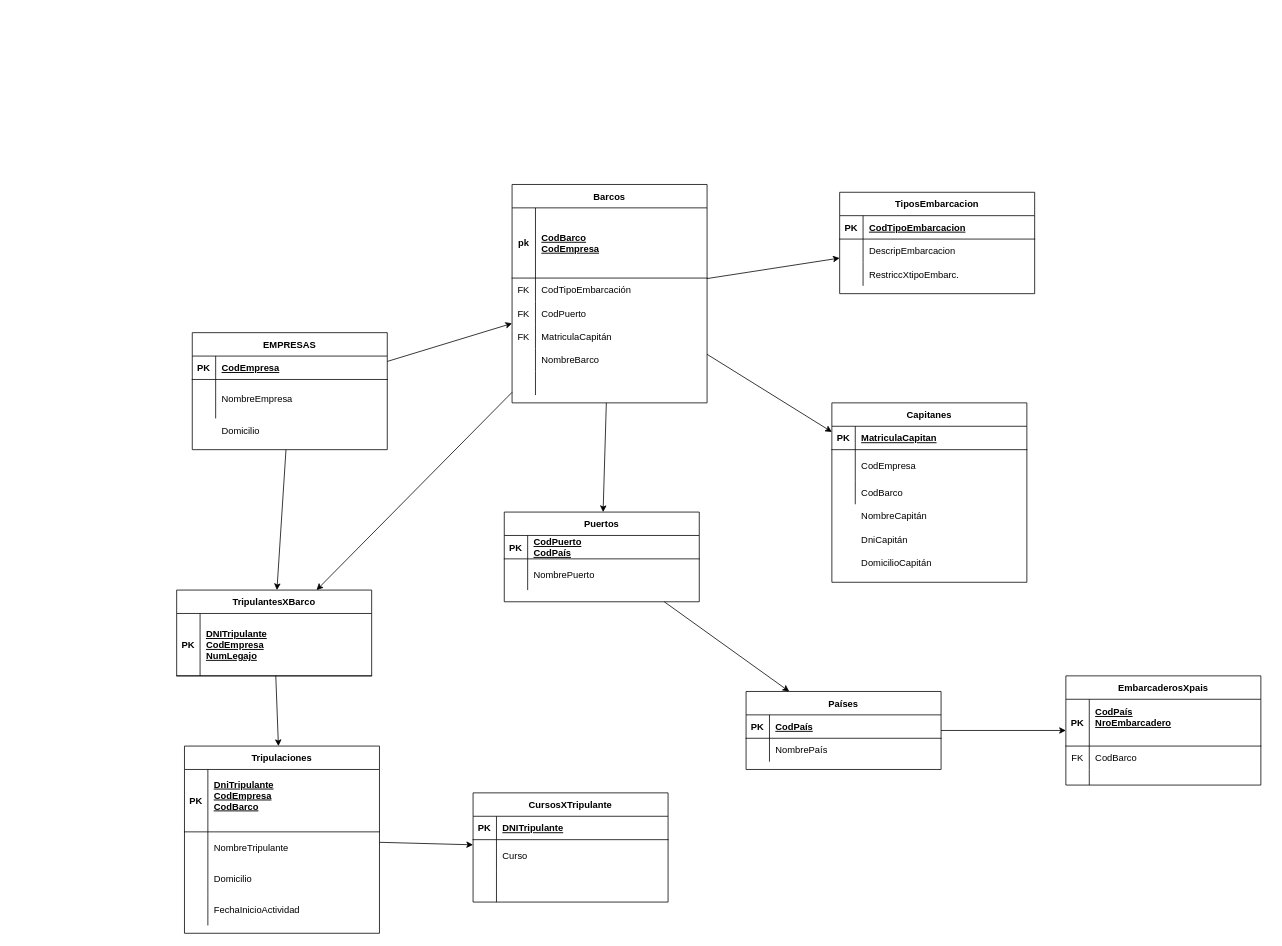
The draw.io diagram Untitled Diagram.drawio in CristianIglesias/Disenio_y_Admin_BD, before the edit. Source tidied: cells renumbered, new cells numbered last; positions are measured from the earlier drawing's top-left corner, leaving out a move shared by most shapes. Both pictures are drawn from the tidied source at 78%, with x=0, y=0 at pixel (176, 184).
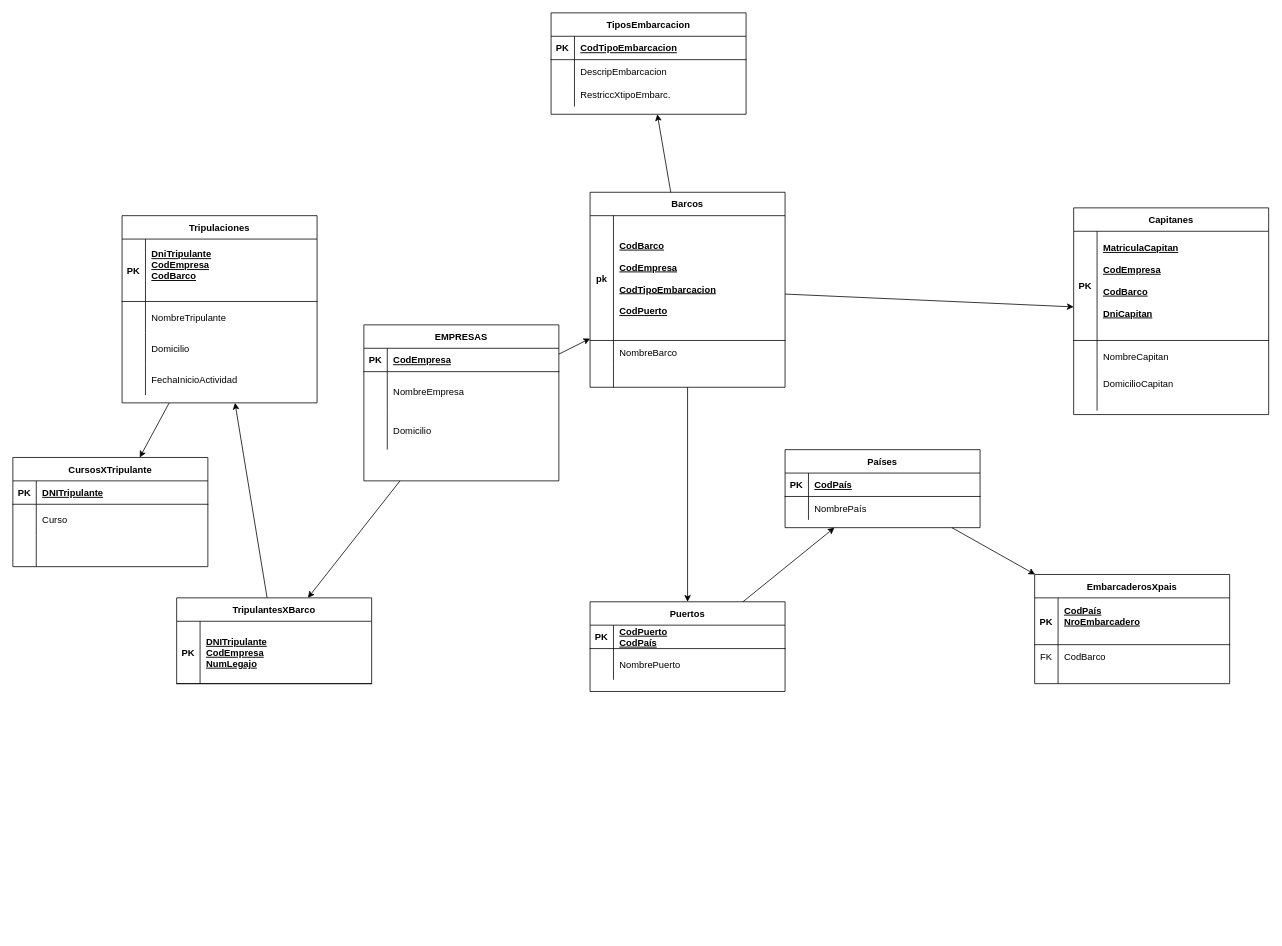
Above is the later version.

Commit message:
Será el elegido?

The edit, as a diff of the source:
```diff
@@
     <mxCell id="2" value="Barcos" style="shape=table;startSize=30;childLayout=tableLayout;rowLines=0;fontStyle=1;align=center;" parent="1" vertex="1">
-      <mxGeometry x="430" width="250" height="280" as="geometry" />
+      <mxGeometry x="530" y="10" width="250" height="250" as="geometry" />
     </mxCell>
     <mxCell id="3" style="shape=partialRectangle;fillColor=none;top=0;left=0;right=0;bottom=1;" parent="2" vertex="1">
-      <mxGeometry y="30" width="250" height="90" as="geometry" />
+      <mxGeometry y="30" width="250" height="160" as="geometry" />
     </mxCell>
     <mxCell id="4" value="pk" style="shape=partialRectangle;overflow=hidden;fillColor=none;top=0;left=0;bottom=0;right=0;fontStyle=1;" parent="3" vertex="1">
-      <mxGeometry width="30" height="90" as="geometry" />
+      <mxGeometry width="30" height="160" as="geometry" />
     </mxCell>
-    <mxCell id="5" value="CodBarco&#10;CodEmpresa" style="shape=partialRectangle;overflow=hidden;fillColor=none;top=0;left=0;bottom=0;right=0;align=left;spacingLeft=6;fontStyle=5;" parent="3" vertex="1">
-      <mxGeometry x="30" width="220" height="90" as="geometry" />
+    <mxCell id="5" value="CodBarco&#10;&#10;CodEmpresa&#10;&#10;CodTipoEmbarcacion&#10;&#10;CodPuerto" style="shape=partialRectangle;overflow=hidden;fillColor=none;top=0;left=0;bottom=0;right=0;align=left;spacingLeft=6;fontStyle=5;" parent="3" vertex="1">
+      <mxGeometry x="30" width="220" height="160" as="geometry" />
     </mxCell>
-    <mxCell id="6" style="shape=partialRectangle;fillColor=none;top=0;left=0;right=0;bottom=0;" parent="2" vertex="1">
-      <mxGeometry y="120" width="250" height="30" as="geometry" />
-    </mxCell>
-    <mxCell id="7" value="FK" style="shape=partialRectangle;overflow=hidden;fillColor=none;top=0;left=0;bottom=0;right=0;" parent="6" vertex="1">
-      <mxGeometry width="30" height="30" as="geometry" />
-    </mxCell>
-    <mxCell id="8" value="CodTipoEmbarcación" style="shape=partialRectangle;overflow=hidden;fillColor=none;top=0;left=0;bottom=0;right=0;align=left;spacingLeft=6;" parent="6" vertex="1">
-      <mxGeometry x="30" width="220" height="30" as="geometry" />
-    </mxCell>
-    <mxCell id="9" style="shape=partialRectangle;fillColor=none;top=0;left=0;right=0;bottom=0;" parent="2" vertex="1">
-      <mxGeometry y="150" width="250" height="30" as="geometry" />
-    </mxCell>
-    <mxCell id="10" value="FK" style="shape=partialRectangle;overflow=hidden;fillColor=none;top=0;left=0;bottom=0;right=0;" parent="9" vertex="1">
-      <mxGeometry width="30" height="30" as="geometry" />
-    </mxCell>
-    <mxCell id="11" value="CodPuerto" style="shape=partialRectangle;overflow=hidden;fillColor=none;top=0;left=0;bottom=0;right=0;align=left;spacingLeft=6;" parent="9" vertex="1">
-      <mxGeometry x="30" width="220" height="30" as="geometry" />
-    </mxCell>
-    <mxCell id="12" style="shape=partialRectangle;fillColor=none;top=0;left=0;right=0;bottom=0;" parent="2" vertex="1">
-      <mxGeometry y="180" width="250" height="30" as="geometry" />
-    </mxCell>
-    <mxCell id="13" value="FK" style="shape=partialRectangle;overflow=hidden;fillColor=none;top=0;left=0;bottom=0;right=0;" parent="12" vertex="1">
-      <mxGeometry width="30" height="30" as="geometry" />
-    </mxCell>
-    <mxCell id="14" value="MatriculaCapitán" style="shape=partialRectangle;overflow=hidden;fillColor=none;top=0;left=0;bottom=0;right=0;align=left;spacingLeft=6;" parent="12" vertex="1">
-      <mxGeometry x="30" width="220" height="30" as="geometry" />
-    </mxCell>
     <mxCell id="15" style="shape=partialRectangle;fillColor=none;top=0;left=0;right=0;bottom=0;" parent="2" vertex="1">
-      <mxGeometry y="210" width="250" height="30" as="geometry" />
+      <mxGeometry y="190" width="250" height="30" as="geometry" />
     </mxCell>
@@
     <mxCell id="18" style="shape=partialRectangle;fillColor=none;top=0;left=0;right=0;bottom=0;" parent="2" vertex="1">
-      <mxGeometry y="240" width="250" height="30" as="geometry" />
+      <mxGeometry y="220" width="250" height="30" as="geometry" />
     </mxCell>
@@
     <mxCell id="21" value="TiposEmbarcacion" style="shape=table;startSize=30;childLayout=tableLayout;rowLines=0;fontStyle=1;align=center;" parent="1" vertex="1">
-      <mxGeometry x="850" y="10" width="250" height="130" as="geometry" />
+      <mxGeometry x="480" y="-220" width="250" height="130" as="geometry" />
     </mxCell>
@@
     <mxCell id="31" value="EMPRESAS" style="shape=table;startSize=30;childLayout=tableLayout;rowLines=0;fontStyle=1;align=center;" parent="1" vertex="1">
-      <mxGeometry x="20" y="190" width="250" height="150" as="geometry" />
+      <mxGeometry x="240" y="180" width="250" height="200" as="geometry" />
     </mxCell>
@@
+    <mxCell id="119" style="shape=partialRectangle;fillColor=none;top=0;left=0;right=0;bottom=0;" parent="31" vertex="1">
+      <mxGeometry y="110" width="250" height="50" as="geometry" />
+    </mxCell>
+    <mxCell id="120" style="shape=partialRectangle;overflow=hidden;fillColor=none;top=0;left=0;bottom=0;right=0;" parent="119" vertex="1">
+      <mxGeometry width="30" height="50" as="geometry" />
+    </mxCell>
-    <mxCell id="38" value="Domicilio" style="shape=partialRectangle;overflow=hidden;fillColor=none;top=0;left=0;bottom=0;right=0;align=left;spacingLeft=6;" parent="1" vertex="1">
-      <mxGeometry x="50" y="290" width="220" height="50" as="geometry" />
+    <mxCell id="38" value="Domicilio" style="shape=partialRectangle;overflow=hidden;fillColor=none;top=0;left=0;bottom=0;right=0;align=left;spacingLeft=6;" parent="119" vertex="1">
+      <mxGeometry x="30" width="220" height="50" as="geometry" />
     </mxCell>
     <mxCell id="39" value="Tripulaciones" style="shape=table;startSize=30;childLayout=tableLayout;rowLines=0;fontStyle=1;align=center;" parent="1" vertex="1">
-      <mxGeometry x="10" y="720" width="250" height="240" as="geometry" />
+      <mxGeometry x="-70" y="40" width="250" height="240" as="geometry" />
     </mxCell>
@@
     <mxCell id="52" value="Capitanes" style="shape=table;startSize=30;childLayout=tableLayout;rowLines=0;fontStyle=1;align=center;" parent="1" vertex="1">
-      <mxGeometry x="840" y="280" width="250" height="230" as="geometry" />
+      <mxGeometry x="1150" y="30" width="250" height="265" as="geometry" />
     </mxCell>
     <mxCell id="53" style="shape=partialRectangle;fillColor=none;top=0;left=0;right=0;bottom=1;" parent="52" vertex="1">
-      <mxGeometry y="30" width="250" height="30" as="geometry" />
+      <mxGeometry y="30" width="250" height="140" as="geometry" />
     </mxCell>
     <mxCell id="54" value="PK" style="shape=partialRectangle;overflow=hidden;fillColor=none;top=0;left=0;bottom=0;right=0;fontStyle=1;" parent="53" vertex="1">
-      <mxGeometry width="30" height="30" as="geometry" />
+      <mxGeometry width="30" height="140" as="geometry" />
     </mxCell>
-    <mxCell id="55" value="MatriculaCapitan" style="shape=partialRectangle;overflow=hidden;fillColor=none;top=0;left=0;bottom=0;right=0;align=left;spacingLeft=6;fontStyle=5;" parent="53" vertex="1">
-      <mxGeometry x="30" width="220" height="30" as="geometry" />
+    <mxCell id="55" value="MatriculaCapitan&#10;&#10;CodEmpresa&#10;&#10;CodBarco&#10;&#10;DniCapitan&#10;" style="shape=partialRectangle;overflow=hidden;fillColor=none;top=0;left=0;bottom=0;right=0;align=left;spacingLeft=6;fontStyle=5;" parent="53" vertex="1">
+      <mxGeometry x="30" width="220" height="140" as="geometry" />
     </mxCell>
     <mxCell id="56" style="shape=partialRectangle;fillColor=none;top=0;left=0;right=0;bottom=0;" parent="52" vertex="1">
-      <mxGeometry y="60" width="250" height="40" as="geometry" />
+      <mxGeometry y="170" width="250" height="40" as="geometry" />
     </mxCell>
@@
-    <mxCell id="58" value="CodEmpresa" style="shape=partialRectangle;overflow=hidden;fillColor=none;top=0;left=0;bottom=0;right=0;align=left;spacingLeft=6;" parent="56" vertex="1">
+    <mxCell id="58" value="NombreCapitan" style="shape=partialRectangle;overflow=hidden;fillColor=none;top=0;left=0;bottom=0;right=0;align=left;spacingLeft=6;" parent="56" vertex="1">
       <mxGeometry x="30" width="220" height="40" as="geometry" />
     </mxCell>
     <mxCell id="59" style="shape=partialRectangle;fillColor=none;top=0;left=0;right=0;bottom=0;" parent="52" vertex="1">
-      <mxGeometry y="100" width="250" height="30" as="geometry" />
+      <mxGeometry y="210" width="250" height="30" as="geometry" />
     </mxCell>
@@
-    <mxCell id="61" value="CodBarco" style="shape=partialRectangle;overflow=hidden;fillColor=none;top=0;left=0;bottom=0;right=0;align=left;spacingLeft=6;" parent="59" vertex="1">
+    <mxCell id="61" value="DomicilioCapitan" style="shape=partialRectangle;overflow=hidden;fillColor=none;top=0;left=0;bottom=0;right=0;align=left;spacingLeft=6;" parent="59" vertex="1">
       <mxGeometry x="30" width="220" height="30" as="geometry" />
     </mxCell>
+    <mxCell id="121" style="shape=partialRectangle;fillColor=none;top=0;left=0;right=0;bottom=0;" parent="52" vertex="1">
+      <mxGeometry y="240" width="250" height="20" as="geometry" />
+    </mxCell>
+    <mxCell id="122" style="shape=partialRectangle;overflow=hidden;fillColor=none;top=0;left=0;bottom=0;right=0;" parent="121" vertex="1">
+      <mxGeometry width="30" height="20" as="geometry" />
+    </mxCell>
+    <mxCell id="123" style="shape=partialRectangle;overflow=hidden;fillColor=none;top=0;left=0;bottom=0;right=0;align=left;spacingLeft=6;" parent="121" vertex="1">
+      <mxGeometry x="30" width="220" height="20" as="geometry" />
+    </mxCell>
     <mxCell id="62" value="Puertos" style="shape=table;startSize=30;childLayout=tableLayout;rowLines=0;fontStyle=1;align=center;" parent="1" vertex="1">
-      <mxGeometry x="420" y="420" width="250" height="115" as="geometry" />
+      <mxGeometry x="530" y="535" width="250" height="115" as="geometry" />
     </mxCell>
@@
     <mxCell id="69" value="Países" style="shape=table;startSize=30;childLayout=tableLayout;rowLines=0;fontStyle=1;align=center;" parent="1" vertex="1">
-      <mxGeometry x="730" y="650" width="250" height="100" as="geometry" />
+      <mxGeometry x="780" y="340" width="250" height="100" as="geometry" />
     </mxCell>
@@
-    <mxCell id="76" style="shape=partialRectangle;fillColor=none;top=0;left=0;right=0;bottom=0;" parent="1" vertex="1">
-      <mxGeometry x="840" y="410" width="250" height="30" as="geometry" />
-    </mxCell>
-    <mxCell id="77" style="shape=partialRectangle;overflow=hidden;fillColor=none;top=0;left=0;bottom=0;right=0;" parent="76" vertex="1">
-      <mxGeometry width="30" height="30" as="geometry" />
-    </mxCell>
-    <mxCell id="78" value="NombreCapitán" style="shape=partialRectangle;overflow=hidden;fillColor=none;top=0;left=0;bottom=0;right=0;align=left;spacingLeft=6;" parent="76" vertex="1">
-      <mxGeometry x="30" width="220" height="30" as="geometry" />
-    </mxCell>
-    <mxCell id="79" style="shape=partialRectangle;fillColor=none;top=0;left=0;right=0;bottom=0;" parent="1" vertex="1">
-      <mxGeometry x="840" y="440" width="250" height="30" as="geometry" />
-    </mxCell>
-    <mxCell id="80" style="shape=partialRectangle;overflow=hidden;fillColor=none;top=0;left=0;bottom=0;right=0;" parent="79" vertex="1">
-      <mxGeometry width="30" height="30" as="geometry" />
-    </mxCell>
-    <mxCell id="81" value="DniCapitán" style="shape=partialRectangle;overflow=hidden;fillColor=none;top=0;left=0;bottom=0;right=0;align=left;spacingLeft=6;" parent="79" vertex="1">
-      <mxGeometry x="30" width="220" height="30" as="geometry" />
-    </mxCell>
-    <mxCell id="82" style="shape=partialRectangle;fillColor=none;top=0;left=0;right=0;bottom=0;" parent="1" vertex="1">
-      <mxGeometry x="840" y="470" width="250" height="30" as="geometry" />
-    </mxCell>
-    <mxCell id="83" style="shape=partialRectangle;overflow=hidden;fillColor=none;top=0;left=0;bottom=0;right=0;" parent="82" vertex="1">
-      <mxGeometry width="30" height="30" as="geometry" />
-    </mxCell>
-    <mxCell id="84" value="DomicilioCapitán" style="shape=partialRectangle;overflow=hidden;fillColor=none;top=0;left=0;bottom=0;right=0;align=left;spacingLeft=6;" parent="82" vertex="1">
-      <mxGeometry x="30" width="220" height="30" as="geometry" />
-    </mxCell>
     <mxCell id="85" value="CursosXTripulante" style="shape=table;startSize=30;childLayout=tableLayout;rowLines=0;fontStyle=1;align=center;" parent="1" vertex="1">
-      <mxGeometry x="380" y="780" width="250" height="140" as="geometry" />
+      <mxGeometry x="-210" y="350" width="250" height="140" as="geometry" />
     </mxCell>
@@
-    <mxCell id="102" style="endArrow=classic;html=1;" parent="1" edge="1" source="2" target="103">
-      <mxGeometry relative="1" as="geometry" />
-    </mxCell>
     <mxCell id="103" value="TripulantesXBarco" style="shape=table;startSize=30;childLayout=tableLayout;rowLines=0;fontStyle=1;align=center;" parent="1" vertex="1">
-      <mxGeometry y="520" width="250" height="110" as="geometry" />
+      <mxGeometry y="530" width="250" height="110" as="geometry" />
     </mxCell>
@@
     <mxCell id="108" value="EmbarcaderosXpais" style="shape=table;startSize=30;childLayout=tableLayout;rowLines=0;fontStyle=1;align=center;" parent="1" vertex="1">
-      <mxGeometry x="1140" y="630" width="250" height="140" as="geometry" />
+      <mxGeometry x="1100" y="500" width="250" height="140" as="geometry" />
     </mxCell>
```
